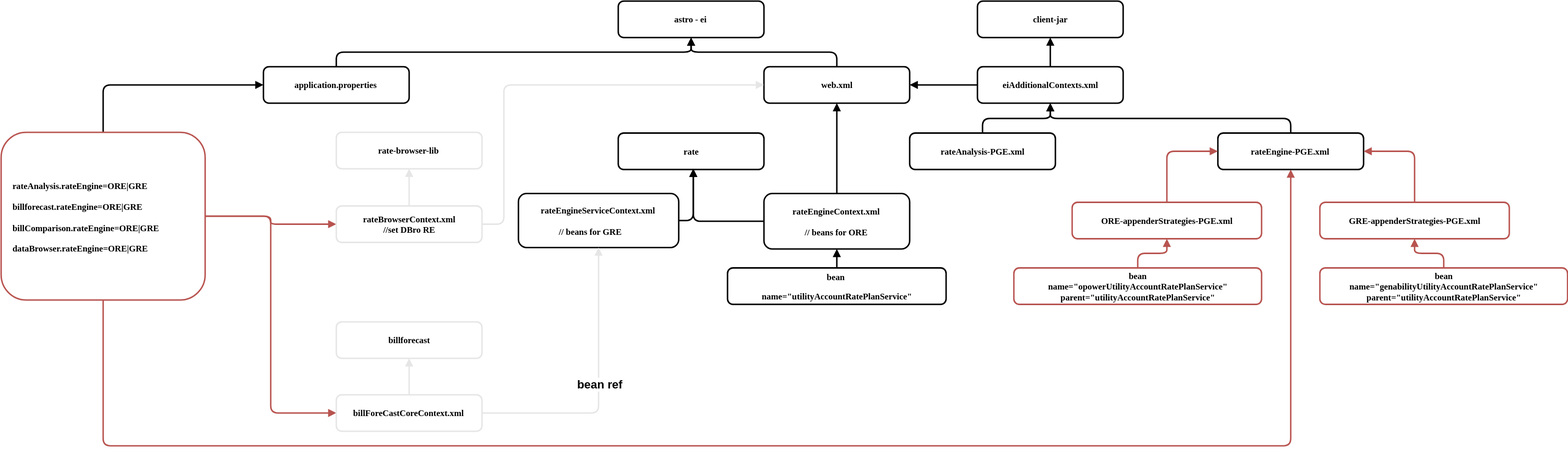
The draw.io diagram rate-engine-di-proposed.svg in slantz/cv, before a commit. Source tidied: cells renumbered, new cells last; positions are measured from the earlier drawing's top-left corner, leaving out a move shared by most shapes. Its diagram source:
```xml
<mxGraphModel background="#ffffff">
  <root>
    <mxCell id="0" />
    <mxCell id="1" parent="0" />
    <mxCell id="2" style="edgeStyle=orthogonalEdgeStyle;rounded=1;html=1;exitX=0.5;exitY=0;entryX=0.5;entryY=1;endArrow=block;endFill=1;jettySize=auto;strokeWidth=2;" parent="1" edge="1" source="3" target="4">
      <mxGeometry relative="1" as="geometry" />
    </mxCell>
    <mxCell id="3" value="web.xml" style="whiteSpace=wrap;html=1;rounded=1;shadow=0;comic=0;strokeWidth=2;fillColor=#ffffff;fontFamily=Verdana;align=center;fontSize=12;fontStyle=1;" parent="1" vertex="1">
      <mxGeometry x="1047" y="90" width="200" height="50" as="geometry" />
    </mxCell>
    <mxCell id="4" value="astro - ei" style="whiteSpace=wrap;html=1;rounded=1;shadow=0;comic=0;strokeWidth=2;fillColor=#ffffff;fontFamily=Verdana;align=center;fontSize=12;fontStyle=1;" parent="1" vertex="1">
      <mxGeometry x="847" width="200" height="50" as="geometry" />
    </mxCell>
    <mxCell id="5" value="rate" style="whiteSpace=wrap;html=1;rounded=1;shadow=0;comic=0;strokeWidth=2;fillColor=#ffffff;fontFamily=Verdana;align=center;fontSize=12;fontStyle=1;" parent="1" vertex="1">
      <mxGeometry x="847" y="181" width="200" height="50" as="geometry" />
    </mxCell>
    <mxCell id="6" style="edgeStyle=orthogonalEdgeStyle;rounded=1;html=1;exitX=0.5;exitY=0;entryX=0.5;entryY=1;endArrow=block;endFill=1;jettySize=auto;strokeWidth=2;" parent="1" edge="1" source="8" target="3">
      <mxGeometry relative="1" as="geometry" />
    </mxCell>
    <mxCell id="7" style="edgeStyle=orthogonalEdgeStyle;rounded=1;html=1;exitX=0;exitY=0.5;endArrow=block;endFill=1;jettySize=auto;strokeColor=#000000;strokeWidth=2;fontColor=#E6E6E6;" parent="1" edge="1" source="8">
      <mxGeometry relative="1" as="geometry">
        <mxPoint x="950" y="230" as="targetPoint" />
      </mxGeometry>
    </mxCell>
    <mxCell id="8" value="rateEngineContext.xml&lt;div&gt;&lt;br&gt;&lt;/div&gt;&lt;div&gt;// beans for ORE&lt;/div&gt;" style="whiteSpace=wrap;html=1;rounded=1;shadow=0;comic=0;strokeWidth=2;fillColor=#ffffff;fontFamily=Verdana;align=center;fontSize=12;fontStyle=1;" parent="1" vertex="1">
      <mxGeometry x="1047" y="264" width="200" height="76" as="geometry" />
    </mxCell>
    <mxCell id="9" style="edgeStyle=orthogonalEdgeStyle;rounded=1;html=1;exitX=0.5;exitY=0;entryX=0.5;entryY=1;endArrow=block;endFill=1;jettySize=auto;strokeWidth=2;" parent="1" edge="1" source="10" target="8">
      <mxGeometry relative="1" as="geometry" />
    </mxCell>
    <mxCell id="10" value="&lt;pre&gt;&lt;font face=&quot;Verdana&quot;&gt;&lt;span&gt;bean &lt;/span&gt;&lt;/font&gt;&lt;/pre&gt;&lt;pre&gt;&lt;font face=&quot;Verdana&quot;&gt;&lt;span&gt;name&lt;/span&gt;&lt;span&gt;=&quot;utilityAccountRatePlanService&quot;&lt;/span&gt;&lt;/font&gt;&lt;/pre&gt;" style="whiteSpace=wrap;html=1;rounded=1;shadow=0;comic=0;strokeWidth=2;fillColor=#ffffff;fontFamily=Verdana;align=center;fontSize=12;fontStyle=1;" parent="1" vertex="1">
      <mxGeometry x="997" y="366" width="300" height="50" as="geometry" />
    </mxCell>
    <mxCell id="11" value="client-jar" style="whiteSpace=wrap;html=1;rounded=1;shadow=0;comic=0;strokeWidth=2;fillColor=#ffffff;fontFamily=Verdana;align=center;fontSize=12;fontStyle=1;" parent="1" vertex="1">
      <mxGeometry x="1340" width="200" height="50" as="geometry" />
    </mxCell>
    <mxCell id="12" style="edgeStyle=orthogonalEdgeStyle;rounded=1;html=1;exitX=0.5;exitY=0;entryX=0.5;entryY=1;endArrow=block;endFill=1;jettySize=auto;strokeWidth=2;" parent="1" edge="1" source="14" target="11">
      <mxGeometry relative="1" as="geometry" />
    </mxCell>
    <mxCell id="13" style="edgeStyle=orthogonalEdgeStyle;rounded=1;html=1;exitX=0;exitY=0.5;endArrow=block;endFill=1;jettySize=auto;strokeWidth=2;" parent="1" edge="1" source="14" target="3">
      <mxGeometry relative="1" as="geometry" />
    </mxCell>
    <mxCell id="14" value="eiAdditionalContexts&lt;span&gt;.xml&lt;/span&gt;" style="whiteSpace=wrap;html=1;rounded=1;shadow=0;comic=0;strokeWidth=2;fillColor=#ffffff;fontFamily=Verdana;align=center;fontSize=12;fontStyle=1;" parent="1" vertex="1">
      <mxGeometry x="1340" y="90" width="200" height="50" as="geometry" />
    </mxCell>
    <mxCell id="15" style="edgeStyle=orthogonalEdgeStyle;rounded=1;html=1;exitX=0.5;exitY=0;entryX=0.5;entryY=1;endArrow=block;endFill=1;jettySize=auto;strokeWidth=2;" parent="1" edge="1" source="16" target="14">
      <mxGeometry relative="1" as="geometry" />
    </mxCell>
    <mxCell id="16" value="&lt;span&gt;rateEngine-PGE.xml&lt;/span&gt;&lt;br&gt;" style="whiteSpace=wrap;html=1;rounded=1;shadow=0;comic=0;strokeWidth=2;fillColor=#ffffff;fontFamily=Verdana;align=center;fontSize=12;fontStyle=1;" parent="1" vertex="1">
      <mxGeometry x="1670" y="181" width="200" height="50" as="geometry" />
    </mxCell>
    <mxCell id="17" style="edgeStyle=orthogonalEdgeStyle;rounded=1;html=1;exitX=0.5;exitY=0;entryX=0;entryY=0.5;endArrow=block;endFill=1;jettySize=auto;strokeWidth=2;fillColor=#f8cecc;strokeColor=#b85450;" parent="1" edge="1" source="18" target="16">
      <mxGeometry relative="1" as="geometry" />
    </mxCell>
    <mxCell id="18" value="&lt;span&gt;ORE-appenderStrategies-PGE.xml&lt;/span&gt;&lt;br&gt;" style="whiteSpace=wrap;html=1;rounded=1;shadow=0;comic=0;strokeWidth=2;fillColor=#ffffff;fontFamily=Verdana;align=center;fontSize=12;fontStyle=1;strokeColor=#B85450;" parent="1" vertex="1">
      <mxGeometry x="1470" y="276" width="260" height="50" as="geometry" />
    </mxCell>
    <mxCell id="19" style="edgeStyle=orthogonalEdgeStyle;rounded=1;html=1;exitX=0.5;exitY=0;entryX=1;entryY=0.5;endArrow=block;endFill=1;jettySize=auto;strokeWidth=2;fillColor=#f8cecc;strokeColor=#b85450;" parent="1" edge="1" source="20" target="16">
      <mxGeometry relative="1" as="geometry" />
    </mxCell>
    <mxCell id="20" value="&lt;span&gt;GRE-appenderStrategies-PGE.xml&lt;/span&gt;&lt;br&gt;" style="whiteSpace=wrap;html=1;rounded=1;shadow=0;comic=0;strokeWidth=2;fillColor=#ffffff;fontFamily=Verdana;align=center;fontSize=12;fontStyle=1;strokeColor=#B85450;" parent="1" vertex="1">
      <mxGeometry x="1810" y="276" width="260" height="50" as="geometry" />
    </mxCell>
    <mxCell id="21" style="edgeStyle=orthogonalEdgeStyle;rounded=1;html=1;exitX=0.5;exitY=0;entryX=0.5;entryY=1;endArrow=block;endFill=1;jettySize=auto;strokeWidth=2;fillColor=#f8cecc;strokeColor=#b85450;" parent="1" edge="1" target="18">
      <mxGeometry relative="1" as="geometry">
        <mxPoint x="1560" y="366" as="sourcePoint" />
      </mxGeometry>
    </mxCell>
    <mxCell id="22" value="&lt;span&gt;bean&lt;/span&gt;&lt;br&gt;&lt;div&gt;&lt;span&gt;name=&quot;&lt;/span&gt;&lt;span&gt;opowerUtilityAccountRatePlanService&lt;/span&gt;&lt;span&gt;&quot;&lt;/span&gt;&lt;/div&gt;&lt;div&gt;&lt;span&gt;parent=&quot;&lt;/span&gt;&lt;span&gt;utilityAccountRatePlanService&lt;/span&gt;&lt;span&gt;&quot;&lt;/span&gt;&lt;/div&gt;" style="whiteSpace=wrap;html=1;rounded=1;shadow=0;comic=0;strokeWidth=2;fillColor=#ffffff;fontFamily=Verdana;align=center;fontSize=12;fontStyle=1;strokeColor=#B85450;" parent="1" vertex="1">
      <mxGeometry x="1390" y="366" width="340" height="50" as="geometry" />
    </mxCell>
    <mxCell id="23" style="edgeStyle=orthogonalEdgeStyle;rounded=1;html=1;exitX=0.5;exitY=0;entryX=0.5;entryY=1;endArrow=block;endFill=1;jettySize=auto;strokeWidth=2;fillColor=#f8cecc;strokeColor=#b85450;" parent="1" edge="1" source="24" target="20">
      <mxGeometry relative="1" as="geometry" />
    </mxCell>
    <mxCell id="24" value="&lt;span&gt;bean&lt;/span&gt;&lt;br&gt;&lt;div&gt;&lt;span&gt;name=&quot;g&lt;/span&gt;&lt;span&gt;enabilityUtilityAccountRatePlanService&lt;/span&gt;&lt;span&gt;&quot;&lt;/span&gt;&lt;/div&gt;&lt;div&gt;&lt;span&gt;parent=&quot;&lt;/span&gt;&lt;span&gt;utilityAccountRatePlanService&lt;/span&gt;&lt;span&gt;&quot;&lt;/span&gt;&lt;/div&gt;" style="whiteSpace=wrap;html=1;rounded=1;shadow=0;comic=0;strokeWidth=2;fillColor=#ffffff;fontFamily=Verdana;align=center;fontSize=12;fontStyle=1;strokeColor=#B85450;" parent="1" vertex="1">
      <mxGeometry x="1810" y="366" width="340" height="50" as="geometry" />
    </mxCell>
    <mxCell id="25" style="edgeStyle=orthogonalEdgeStyle;rounded=1;html=1;exitX=0.5;exitY=0;entryX=0.5;entryY=1;endArrow=block;endFill=1;jettySize=auto;strokeWidth=2;" parent="1" edge="1" source="26" target="14">
      <mxGeometry relative="1" as="geometry" />
    </mxCell>
    <mxCell id="26" value="&lt;span&gt;rateAnalysis-PGE.xml&lt;/span&gt;&lt;br&gt;" style="whiteSpace=wrap;html=1;rounded=1;shadow=0;comic=0;strokeWidth=2;fillColor=#ffffff;fontFamily=Verdana;align=center;fontSize=12;fontStyle=1;" parent="1" vertex="1">
      <mxGeometry x="1247" y="181" width="200" height="50" as="geometry" />
    </mxCell>
    <mxCell id="27" style="edgeStyle=orthogonalEdgeStyle;rounded=1;html=1;exitX=0.5;exitY=0;entryX=0.5;entryY=1;endArrow=block;endFill=1;jettySize=auto;strokeWidth=2;" parent="1" edge="1" source="28" target="4">
      <mxGeometry relative="1" as="geometry" />
    </mxCell>
    <mxCell id="28" value="application.properties" style="whiteSpace=wrap;html=1;rounded=1;shadow=0;comic=0;strokeWidth=2;fillColor=#ffffff;fontFamily=Verdana;align=center;fontSize=12;fontStyle=1;" parent="1" vertex="1">
      <mxGeometry x="360" y="90" width="200" height="50" as="geometry" />
    </mxCell>
    <mxCell id="29" style="edgeStyle=orthogonalEdgeStyle;rounded=1;html=1;exitX=0.5;exitY=0;entryX=0;entryY=0.5;endArrow=block;endFill=1;jettySize=auto;strokeWidth=2;" parent="1" edge="1" source="33" target="28">
      <mxGeometry relative="1" as="geometry" />
    </mxCell>
    <mxCell id="30" style="edgeStyle=orthogonalEdgeStyle;rounded=1;html=1;exitX=0.5;exitY=1;entryX=0.5;entryY=1;endArrow=block;endFill=1;jettySize=auto;strokeWidth=2;fillColor=#f8cecc;strokeColor=#b85450;" parent="1" edge="1" source="33" target="16">
      <mxGeometry relative="1" as="geometry">
        <Array as="points">
          <mxPoint x="140" y="610" />
          <mxPoint x="1770" y="610" />
        </Array>
      </mxGeometry>
    </mxCell>
    <mxCell id="31" style="edgeStyle=orthogonalEdgeStyle;rounded=1;html=1;exitX=1;exitY=0.5;entryX=0;entryY=0.5;endArrow=block;endFill=1;jettySize=auto;strokeColor=#B85450;strokeWidth=2;fontColor=#E6E6E6;" parent="1" edge="1" source="33" target="37">
      <mxGeometry relative="1" as="geometry" />
    </mxCell>
    <mxCell id="32" style="edgeStyle=orthogonalEdgeStyle;rounded=1;html=1;exitX=1;exitY=0.5;entryX=0;entryY=0.5;endArrow=block;endFill=1;jettySize=auto;strokeColor=#B85450;strokeWidth=2;fontColor=#E6E6E6;" parent="1" edge="1" source="33" target="44">
      <mxGeometry relative="1" as="geometry" />
    </mxCell>
    <mxCell id="33" value="rateAnalysis.rateEngine=ORE|GRE&lt;div&gt;&lt;br&gt;&lt;/div&gt;&lt;div&gt;billforecast.rateEngine=ORE|GRE&lt;/div&gt;&lt;div&gt;&lt;br&gt;&lt;/div&gt;&lt;div&gt;billComparison.rateEngine=ORE|GRE&lt;/div&gt;&lt;div&gt;&lt;br&gt;&lt;/div&gt;&lt;div&gt;dataBrowser.rateEngine=ORE|GRE&lt;/div&gt;" style="whiteSpace=wrap;html=1;rounded=1;shadow=0;comic=0;strokeWidth=2;fillColor=#ffffff;fontFamily=Verdana;align=left;fontSize=12;fontStyle=1;spacing=15;strokeColor=#B85450;" parent="1" vertex="1">
      <mxGeometry y="180" width="280" height="230" as="geometry" />
    </mxCell>
    <mxCell id="34" value="rate-browser-lib" style="whiteSpace=wrap;html=1;rounded=1;shadow=0;comic=0;strokeWidth=2;fillColor=#ffffff;fontFamily=Verdana;align=center;fontSize=12;fontStyle=1;strokeColor=#E6E6E6;" parent="1" vertex="1">
      <mxGeometry x="460" y="180" width="200" height="50" as="geometry" />
    </mxCell>
    <mxCell id="35" style="edgeStyle=orthogonalEdgeStyle;rounded=1;html=1;exitX=0.5;exitY=0;entryX=0.5;entryY=1;endArrow=block;endFill=1;jettySize=auto;strokeWidth=2;strokeColor=#E6E6E6;" parent="1" edge="1" source="37" target="34">
      <mxGeometry relative="1" as="geometry" />
    </mxCell>
    <mxCell id="36" style="edgeStyle=orthogonalEdgeStyle;rounded=1;html=1;exitX=1;exitY=0.5;entryX=0;entryY=0.5;endArrow=block;endFill=1;jettySize=auto;strokeWidth=2;strokeColor=#E6E6E6;" parent="1" edge="1" source="37" target="3">
      <mxGeometry relative="1" as="geometry">
        <Array as="points">
          <mxPoint x="690" y="306" />
          <mxPoint x="690" y="115" />
        </Array>
      </mxGeometry>
    </mxCell>
    <mxCell id="37" value="rateBrowserContext.xml&lt;div&gt;//set DBro RE&lt;/div&gt;" style="whiteSpace=wrap;html=1;rounded=1;shadow=0;comic=0;strokeWidth=2;fillColor=#ffffff;fontFamily=Verdana;align=center;fontSize=12;fontStyle=1;strokeColor=#E6E6E6;" parent="1" vertex="1">
      <mxGeometry x="460" y="281" width="200" height="50" as="geometry" />
    </mxCell>
    <mxCell id="38" style="edgeStyle=orthogonalEdgeStyle;rounded=1;html=1;exitX=1;exitY=0.5;endArrow=block;endFill=1;jettySize=auto;strokeColor=#000000;strokeWidth=2;fontColor=#E6E6E6;" parent="1" edge="1" source="39">
      <mxGeometry relative="1" as="geometry">
        <mxPoint x="950" y="230" as="targetPoint" />
      </mxGeometry>
    </mxCell>
    <mxCell id="39" value="rateEngineServiceContext.xml&lt;div&gt;&lt;br&gt;&lt;div&gt;// beans for GRE&lt;span&gt;&amp;nbsp; &amp;nbsp; &amp;nbsp; &amp;nbsp;&lt;/span&gt;&lt;/div&gt;&lt;/div&gt;" style="whiteSpace=wrap;html=1;rounded=1;shadow=0;comic=0;strokeWidth=2;fillColor=#ffffff;fontFamily=Verdana;align=center;fontSize=12;fontStyle=1;strokeColor=#000000;" parent="1" vertex="1">
      <mxGeometry x="710" y="264" width="220" height="74" as="geometry" />
    </mxCell>
    <mxCell id="40" value="billforecast" style="whiteSpace=wrap;html=1;rounded=1;shadow=0;comic=0;strokeWidth=2;fillColor=#ffffff;fontFamily=Verdana;align=center;fontSize=12;fontStyle=1;strokeColor=#E6E6E6;" parent="1" vertex="1">
      <mxGeometry x="460" y="440" width="200" height="50" as="geometry" />
    </mxCell>
    <mxCell id="41" style="edgeStyle=orthogonalEdgeStyle;rounded=1;html=1;exitX=0.5;exitY=0;entryX=0.5;entryY=1;endArrow=block;endFill=1;jettySize=auto;strokeWidth=2;strokeColor=#E6E6E6;" parent="1" edge="1" source="44" target="40">
      <mxGeometry relative="1" as="geometry" />
    </mxCell>
    <mxCell id="42" style="edgeStyle=orthogonalEdgeStyle;rounded=1;html=1;exitX=1;exitY=0.5;entryX=0.5;entryY=1;endArrow=block;endFill=1;jettySize=auto;strokeWidth=2;strokeColor=#E6E6E6;" parent="1" edge="1" source="44" target="39">
      <mxGeometry relative="1" as="geometry" />
    </mxCell>
    <mxCell id="43" value="&lt;b&gt;&lt;font style=&quot;font-size: 16px&quot;&gt;bean ref&lt;/font&gt;&lt;/b&gt;" style="text;html=1;align=center;verticalAlign=middle;labelBackgroundColor=#ffffff;" parent="42" vertex="1">
      <mxGeometry x="-0.17" y="40" relative="1" as="geometry">
        <mxPoint x="41" y="-40" as="offset" />
      </mxGeometry>
    </mxCell>
    <mxCell id="44" value="billForeCastCoreContext.xml" style="whiteSpace=wrap;html=1;rounded=1;shadow=0;comic=0;strokeWidth=2;fillColor=#ffffff;fontFamily=Verdana;align=center;fontSize=12;fontStyle=1;strokeColor=#E6E6E6;" parent="1" vertex="1">
      <mxGeometry x="460" y="540" width="200" height="50" as="geometry" />
    </mxCell>
  </root>
</mxGraphModel>
```
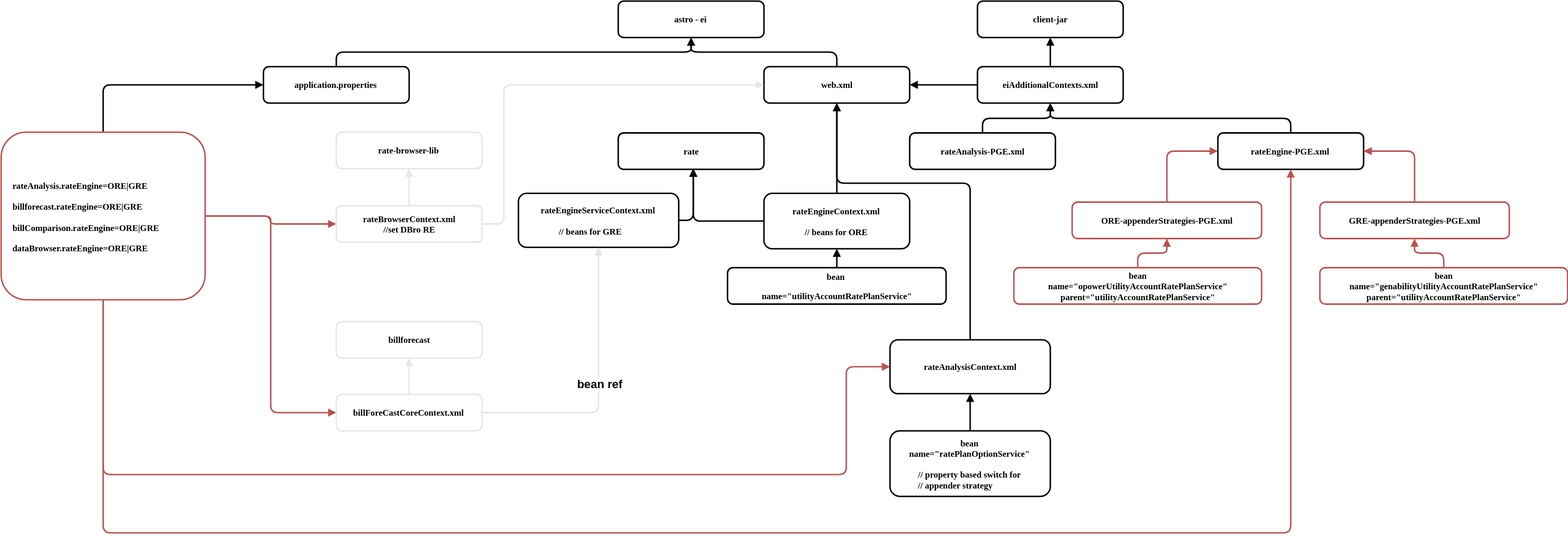
After the commit.

Change to the diagram source:
```diff
@@ -93,8 +93,8 @@
     <mxCell id="30" style="edgeStyle=orthogonalEdgeStyle;rounded=1;html=1;exitX=0.5;exitY=1;entryX=0.5;entryY=1;endArrow=block;endFill=1;jettySize=auto;strokeWidth=2;fillColor=#f8cecc;strokeColor=#b85450;" parent="1" edge="1" source="33" target="16">
       <mxGeometry relative="1" as="geometry">
         <Array as="points">
-          <mxPoint x="140" y="610" />
-          <mxPoint x="1770" y="610" />
+          <mxPoint x="140" y="730" />
+          <mxPoint x="1770" y="730" />
         </Array>
       </mxGeometry>
     </mxCell>
@@ -104,6 +104,15 @@
     <mxCell id="32" style="edgeStyle=orthogonalEdgeStyle;rounded=1;html=1;exitX=1;exitY=0.5;entryX=0;entryY=0.5;endArrow=block;endFill=1;jettySize=auto;strokeColor=#B85450;strokeWidth=2;fontColor=#E6E6E6;" parent="1" edge="1" source="33" target="44">
       <mxGeometry relative="1" as="geometry" />
     </mxCell>
+    <mxCell id="45" style="edgeStyle=orthogonalEdgeStyle;rounded=1;html=1;exitX=0.5;exitY=1;entryX=0;entryY=0.5;endArrow=block;endFill=1;jettySize=auto;strokeColor=#B85450;strokeWidth=2;fontColor=#E6E6E6;" parent="1" edge="1" source="33" target="47">
+      <mxGeometry relative="1" as="geometry">
+        <Array as="points">
+          <mxPoint x="140" y="650" />
+          <mxPoint x="1160" y="650" />
+          <mxPoint x="1160" y="502" />
+        </Array>
+      </mxGeometry>
+    </mxCell>
     <mxCell id="33" value="rateAnalysis.rateEngine=ORE|GRE&lt;div&gt;&lt;br&gt;&lt;/div&gt;&lt;div&gt;billforecast.rateEngine=ORE|GRE&lt;/div&gt;&lt;div&gt;&lt;br&gt;&lt;/div&gt;&lt;div&gt;billComparison.rateEngine=ORE|GRE&lt;/div&gt;&lt;div&gt;&lt;br&gt;&lt;/div&gt;&lt;div&gt;dataBrowser.rateEngine=ORE|GRE&lt;/div&gt;" style="whiteSpace=wrap;html=1;rounded=1;shadow=0;comic=0;strokeWidth=2;fillColor=#ffffff;fontFamily=Verdana;align=left;fontSize=12;fontStyle=1;spacing=15;strokeColor=#B85450;" parent="1" vertex="1">
       <mxGeometry y="180" width="280" height="230" as="geometry" />
     </mxCell>
@@ -149,5 +158,22 @@
     <mxCell id="44" value="billForeCastCoreContext.xml" style="whiteSpace=wrap;html=1;rounded=1;shadow=0;comic=0;strokeWidth=2;fillColor=#ffffff;fontFamily=Verdana;align=center;fontSize=12;fontStyle=1;strokeColor=#E6E6E6;" parent="1" vertex="1">
       <mxGeometry x="460" y="540" width="200" height="50" as="geometry" />
     </mxCell>
+    <mxCell id="46" style="edgeStyle=orthogonalEdgeStyle;rounded=1;html=1;exitX=0.5;exitY=0;entryX=0.5;entryY=1;endArrow=block;endFill=1;jettySize=auto;strokeColor=#000000;strokeWidth=2;fontColor=#E6E6E6;" parent="1" edge="1" source="47" target="3">
+      <mxGeometry relative="1" as="geometry">
+        <Array as="points">
+          <mxPoint x="1330" y="250" />
+          <mxPoint x="1147" y="250" />
+        </Array>
+      </mxGeometry>
+    </mxCell>
+    <mxCell id="47" value="rateAnalysisContext.xml" style="whiteSpace=wrap;html=1;rounded=1;shadow=0;comic=0;strokeWidth=2;fillColor=#ffffff;fontFamily=Verdana;align=center;fontSize=12;fontStyle=1;strokeColor=#000000;" parent="1" vertex="1">
+      <mxGeometry x="1220" y="465" width="220" height="74" as="geometry" />
+    </mxCell>
+    <mxCell id="48" style="edgeStyle=orthogonalEdgeStyle;rounded=1;html=1;exitX=0.5;exitY=0;entryX=0.5;entryY=1;endArrow=block;endFill=1;jettySize=auto;strokeColor=#000000;strokeWidth=2;fontColor=#E6E6E6;" parent="1" edge="1" source="49" target="47">
+      <mxGeometry relative="1" as="geometry" />
+    </mxCell>
+    <mxCell id="49" value="bean&lt;div&gt;name=&quot;ratePlanOptionService&quot;&lt;/div&gt;&lt;div&gt;&lt;br&gt;&lt;/div&gt;&lt;div&gt;// property based switch for&lt;/div&gt;&lt;div&gt;// appender strategy &amp;nbsp; &amp;nbsp; &amp;nbsp; &amp;nbsp; &amp;nbsp; &amp;nbsp;&amp;nbsp;&lt;/div&gt;" style="whiteSpace=wrap;html=1;rounded=1;shadow=0;comic=0;strokeWidth=2;fillColor=#ffffff;fontFamily=Verdana;align=center;fontSize=12;fontStyle=1;strokeColor=#000000;" parent="1" vertex="1">
+      <mxGeometry x="1220" y="590" width="220" height="90" as="geometry" />
+    </mxCell>
   </root>
 </mxGraphModel>
```
